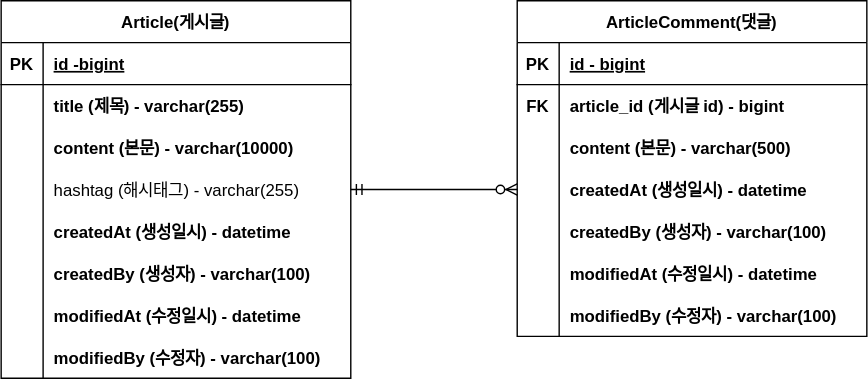
Above: document/project-board-erd.svg in bang-star/fastcampus-project-board (draw.io), before the change. Source tidied: cells renumbered, new cells last; positions are measured from the earlier drawing's top-left corner, leaving out a move shared by most shapes.
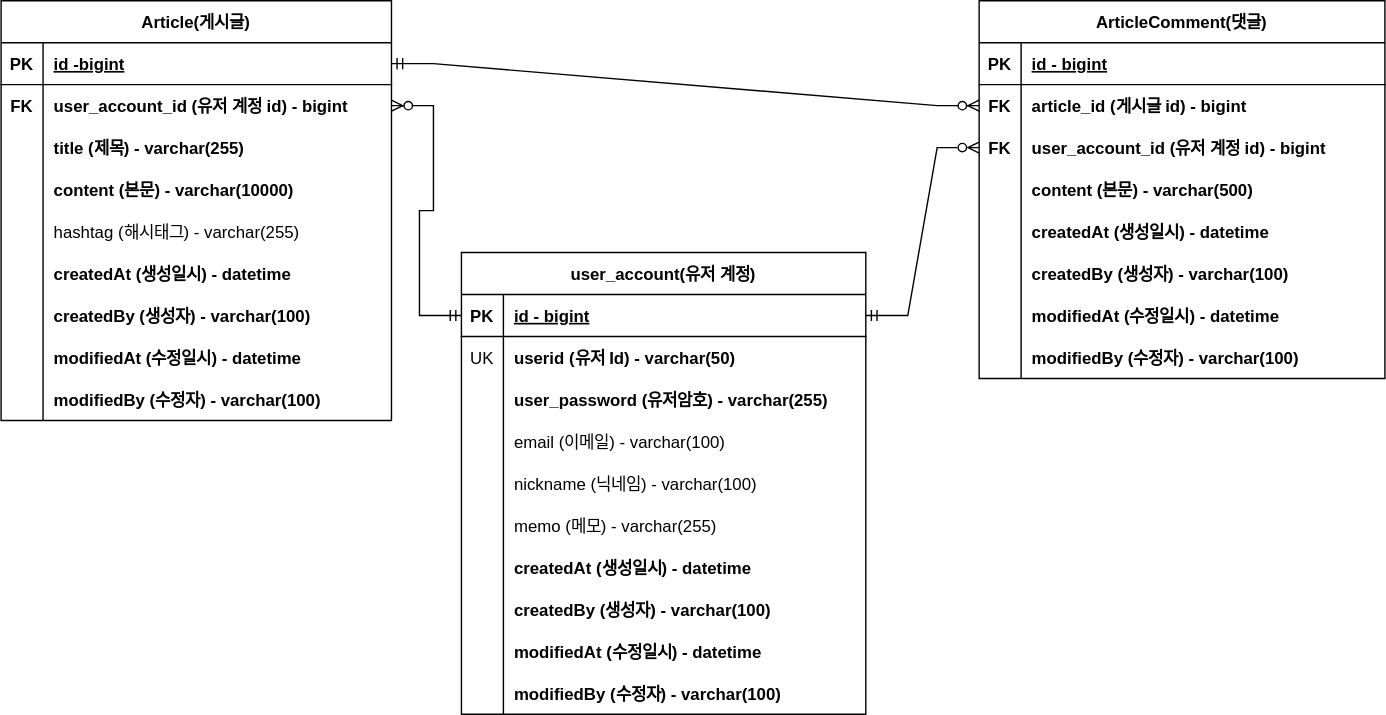
Above is the later version.

Commit message:
#18 - ERD 그림 업데이트(회원 계정 반영)

`UserAccount` 이름으로 회원 계정 도메인 생성
`user`, `account` 등은 mysql 예약어이므로 피함
필드명도 mysql 예약어를 의식하여 정함

* https://viewer.diagrams.net/?tags=%7B%7D&highlight=0000ff&edit=_blank&layers=1&nav=1&title=project-board-erd.svg#Uhttps%3A%2F%2Fraw.githubusercontent.com%2Fbang-star%2Ffastcampus-project-board%2Fmain%2Fdocument%2Fproject-board-erd.svg

The edit, as a diff of the source:
```diff
@@ -5,6 +5,6 @@
     <mxCell id="2" value="Article(게시글)" style="shape=table;startSize=30;rowLines=0;fontStyle=1;align=center;" parent="1" vertex="1">
-      <mxGeometry width="250" height="270" as="geometry" />
+      <mxGeometry width="279" height="300" as="geometry" />
     </mxCell>
     <mxCell id="3" style="shape=partialRectangle;fillColor=none;points=[[0,0.5],[1,0.5]];portConstraint=eastwest;top=0;left=0;right=0;bottom=1;" parent="2" vertex="1">
-      <mxGeometry y="30" width="250" height="30" as="geometry" />
+      <mxGeometry y="30" width="279" height="30" as="geometry" />
     </mxCell>
@@ -14,15 +14,24 @@
     <mxCell id="5" value="id -bigint" style="shape=partialRectangle;overflow=hidden;fillColor=none;top=0;left=0;bottom=0;right=0;align=left;spacingLeft=6;fontStyle=5;" parent="3" vertex="1">
-      <mxGeometry x="30" width="220" height="30" as="geometry" />
+      <mxGeometry x="30" width="249" height="30" as="geometry" />
     </mxCell>
     <mxCell id="6" style="shape=partialRectangle;fillColor=none;points=[[0,0.5],[1,0.5]];portConstraint=eastwest;top=0;left=0;right=0;bottom=0;" parent="2" vertex="1">
-      <mxGeometry y="60" width="250" height="30" as="geometry" />
+      <mxGeometry y="60" width="279" height="30" as="geometry" />
     </mxCell>
-    <mxCell id="7" style="shape=partialRectangle;overflow=hidden;fillColor=none;top=0;left=0;bottom=0;right=0;" parent="6" vertex="1">
+    <mxCell id="7" value="FK" style="shape=partialRectangle;overflow=hidden;fillColor=none;top=0;left=0;bottom=0;right=0;fontStyle=1;" parent="6" vertex="1">
       <mxGeometry width="30" height="30" as="geometry" />
     </mxCell>
-    <mxCell id="8" value="title (제목) - varchar(255)" style="shape=partialRectangle;overflow=hidden;fillColor=none;top=0;left=0;bottom=0;right=0;align=left;spacingLeft=6;fontStyle=1;" parent="6" vertex="1">
-      <mxGeometry x="30" width="220" height="30" as="geometry" />
+    <mxCell id="8" value="user_account_id (유저 계정 id) - bigint" style="shape=partialRectangle;overflow=hidden;fillColor=none;top=0;left=0;bottom=0;right=0;align=left;spacingLeft=6;fontStyle=1;" parent="6" vertex="1">
+      <mxGeometry x="30" width="249" height="30" as="geometry" />
     </mxCell>
+    <mxCell id="50" style="shape=partialRectangle;fillColor=none;top=0;left=0;right=0;bottom=0;" parent="2" vertex="1">
+      <mxGeometry y="90" width="279" height="30" as="geometry" />
+    </mxCell>
+    <mxCell id="51" style="shape=partialRectangle;overflow=hidden;fillColor=none;top=0;left=0;bottom=0;right=0;" parent="50" vertex="1">
+      <mxGeometry width="30" height="30" as="geometry" />
+    </mxCell>
+    <mxCell id="52" value="title (제목) - varchar(255)" style="shape=partialRectangle;overflow=hidden;fillColor=none;top=0;left=0;bottom=0;right=0;align=left;spacingLeft=6;fontStyle=1;" parent="50" vertex="1">
+      <mxGeometry x="30" width="249" height="30" as="geometry" />
+    </mxCell>
     <mxCell id="9" style="shape=partialRectangle;fillColor=none;top=0;left=0;right=0;bottom=0;" parent="2" vertex="1">
-      <mxGeometry y="90" width="250" height="30" as="geometry" />
+      <mxGeometry y="120" width="279" height="30" as="geometry" />
     </mxCell>
@@ -32,6 +41,6 @@
     <mxCell id="11" value="content (본문) - varchar(10000)" style="shape=partialRectangle;overflow=hidden;fillColor=none;top=0;left=0;bottom=0;right=0;align=left;spacingLeft=6;fontStyle=1;" parent="9" vertex="1">
-      <mxGeometry x="30" width="220" height="30" as="geometry" />
+      <mxGeometry x="30" width="249" height="30" as="geometry" />
     </mxCell>
     <mxCell id="12" style="shape=partialRectangle;fillColor=none;points=[[0,0.5],[1,0.5]];portConstraint=eastwest;top=0;left=0;right=0;bottom=0;" parent="2" vertex="1">
-      <mxGeometry y="120" width="250" height="30" as="geometry" />
+      <mxGeometry y="150" width="279" height="30" as="geometry" />
     </mxCell>
@@ -41,6 +50,6 @@
     <mxCell id="14" value="hashtag (해시태그) - varchar(255)" style="shape=partialRectangle;overflow=hidden;fillColor=none;top=0;left=0;bottom=0;right=0;align=left;spacingLeft=6;" parent="12" vertex="1">
-      <mxGeometry x="30" width="220" height="30" as="geometry" />
+      <mxGeometry x="30" width="249" height="30" as="geometry" />
     </mxCell>
     <mxCell id="15" style="shape=partialRectangle;fillColor=none;top=0;left=0;right=0;bottom=0;" parent="2" vertex="1">
-      <mxGeometry y="150" width="250" height="30" as="geometry" />
+      <mxGeometry y="180" width="279" height="30" as="geometry" />
     </mxCell>
@@ -50,6 +59,6 @@
     <mxCell id="17" value="createdAt (생성일시) - datetime" style="shape=partialRectangle;overflow=hidden;fillColor=none;top=0;left=0;bottom=0;right=0;align=left;spacingLeft=6;fontStyle=1;" parent="15" vertex="1">
-      <mxGeometry x="30" width="220" height="30" as="geometry" />
+      <mxGeometry x="30" width="249" height="30" as="geometry" />
     </mxCell>
     <mxCell id="18" style="shape=partialRectangle;fillColor=none;top=0;left=0;right=0;bottom=0;" parent="2" vertex="1">
-      <mxGeometry y="180" width="250" height="30" as="geometry" />
+      <mxGeometry y="210" width="279" height="30" as="geometry" />
     </mxCell>
@@ -59,6 +68,6 @@
     <mxCell id="20" value="createdBy (생성자) - varchar(100)" style="shape=partialRectangle;overflow=hidden;fillColor=none;top=0;left=0;bottom=0;right=0;align=left;spacingLeft=6;fontStyle=1;" parent="18" vertex="1">
-      <mxGeometry x="30" width="220" height="30" as="geometry" />
+      <mxGeometry x="30" width="249" height="30" as="geometry" />
     </mxCell>
     <mxCell id="21" style="shape=partialRectangle;fillColor=none;top=0;left=0;right=0;bottom=0;" parent="2" vertex="1">
-      <mxGeometry y="210" width="250" height="30" as="geometry" />
+      <mxGeometry y="240" width="279" height="30" as="geometry" />
     </mxCell>
@@ -68,6 +77,6 @@
     <mxCell id="23" value="modifiedAt (수정일시) - datetime" style="shape=partialRectangle;overflow=hidden;fillColor=none;top=0;left=0;bottom=0;right=0;align=left;spacingLeft=6;fontStyle=1;" parent="21" vertex="1">
-      <mxGeometry x="30" width="220" height="30" as="geometry" />
+      <mxGeometry x="30" width="249" height="30" as="geometry" />
     </mxCell>
     <mxCell id="24" style="shape=partialRectangle;fillColor=none;top=0;left=0;right=0;bottom=0;" parent="2" vertex="1">
-      <mxGeometry y="240" width="250" height="30" as="geometry" />
+      <mxGeometry y="270" width="279" height="30" as="geometry" />
     </mxCell>
@@ -77,9 +86,9 @@
     <mxCell id="26" value="modifiedBy (수정자) - varchar(100)" style="shape=partialRectangle;overflow=hidden;fillColor=none;top=0;left=0;bottom=0;right=0;align=left;spacingLeft=6;fontStyle=1;" parent="24" vertex="1">
-      <mxGeometry x="30" width="220" height="30" as="geometry" />
+      <mxGeometry x="30" width="249" height="30" as="geometry" />
     </mxCell>
     <mxCell id="27" value="ArticleComment(댓글)" style="shape=table;startSize=30;rowLines=0;fontStyle=1;align=center;" parent="1" vertex="1">
-      <mxGeometry x="369" width="250" height="240" as="geometry" />
+      <mxGeometry x="699" width="290" height="270" as="geometry" />
     </mxCell>
     <mxCell id="28" style="shape=partialRectangle;fillColor=none;top=0;left=0;right=0;bottom=1;" parent="27" vertex="1">
-      <mxGeometry y="30" width="250" height="30" as="geometry" />
+      <mxGeometry y="30" width="290" height="30" as="geometry" />
     </mxCell>
@@ -89,6 +98,6 @@
     <mxCell id="30" value="id - bigint" style="shape=partialRectangle;overflow=hidden;fillColor=none;top=0;left=0;bottom=0;right=0;align=left;spacingLeft=6;fontStyle=5;" parent="28" vertex="1">
-      <mxGeometry x="30" width="220" height="30" as="geometry" />
+      <mxGeometry x="30" width="260" height="30" as="geometry" />
     </mxCell>
     <mxCell id="31" style="shape=partialRectangle;fillColor=none;points=[[0,0.5],[1,0.5]];portConstraint=eastwest;top=0;left=0;right=0;bottom=0;" parent="27" vertex="1">
-      <mxGeometry y="60" width="250" height="30" as="geometry" />
+      <mxGeometry y="60" width="290" height="30" as="geometry" />
     </mxCell>
@@ -98,6 +107,15 @@
     <mxCell id="33" value="article_id (게시글 id) - bigint" style="shape=partialRectangle;overflow=hidden;fillColor=none;top=0;left=0;bottom=0;right=0;align=left;spacingLeft=6;fontStyle=1;" parent="31" vertex="1">
-      <mxGeometry x="30" width="220" height="30" as="geometry" />
+      <mxGeometry x="30" width="260" height="30" as="geometry" />
     </mxCell>
+    <mxCell id="53" style="shape=partialRectangle;fillColor=none;points=[[0,0.5],[1,0.5]];portConstraint=eastwest;top=0;left=0;right=0;bottom=0;" parent="27" vertex="1">
+      <mxGeometry y="90" width="290" height="30" as="geometry" />
+    </mxCell>
+    <mxCell id="54" value="FK" style="shape=partialRectangle;overflow=hidden;fillColor=none;top=0;left=0;bottom=0;right=0;fontStyle=1;" parent="53" vertex="1">
+      <mxGeometry width="30" height="30" as="geometry" />
+    </mxCell>
+    <mxCell id="55" value="user_account_id (유저 계정 id) - bigint" style="shape=partialRectangle;overflow=hidden;fillColor=none;top=0;left=0;bottom=0;right=0;align=left;spacingLeft=6;fontStyle=1;" parent="53" vertex="1">
+      <mxGeometry x="30" width="260" height="30" as="geometry" />
+    </mxCell>
     <mxCell id="34" style="shape=partialRectangle;fillColor=none;top=0;left=0;right=0;bottom=0;" parent="27" vertex="1">
-      <mxGeometry y="90" width="250" height="30" as="geometry" />
+      <mxGeometry y="120" width="290" height="30" as="geometry" />
     </mxCell>
@@ -107,6 +125,6 @@
     <mxCell id="36" value="content (본문) - varchar(500)" style="shape=partialRectangle;overflow=hidden;fillColor=none;top=0;left=0;bottom=0;right=0;align=left;spacingLeft=6;fontStyle=1;" parent="34" vertex="1">
-      <mxGeometry x="30" width="220" height="30" as="geometry" />
+      <mxGeometry x="30" width="260" height="30" as="geometry" />
     </mxCell>
     <mxCell id="37" style="shape=partialRectangle;fillColor=none;points=[[0,0.5],[1,0.5]];portConstraint=eastwest;top=0;left=0;right=0;bottom=0;" parent="27" vertex="1">
-      <mxGeometry y="120" width="250" height="30" as="geometry" />
+      <mxGeometry y="150" width="290" height="30" as="geometry" />
     </mxCell>
@@ -116,6 +134,6 @@
     <mxCell id="39" value="createdAt (생성일시) - datetime" style="shape=partialRectangle;overflow=hidden;fillColor=none;top=0;left=0;bottom=0;right=0;align=left;spacingLeft=6;fontStyle=1;" parent="37" vertex="1">
-      <mxGeometry x="30" width="220" height="30" as="geometry" />
+      <mxGeometry x="30" width="260" height="30" as="geometry" />
     </mxCell>
     <mxCell id="40" style="shape=partialRectangle;fillColor=none;top=0;left=0;right=0;bottom=0;" parent="27" vertex="1">
-      <mxGeometry y="150" width="250" height="30" as="geometry" />
+      <mxGeometry y="180" width="290" height="30" as="geometry" />
     </mxCell>
@@ -125,6 +143,6 @@
     <mxCell id="42" value="createdBy (생성자) - varchar(100)" style="shape=partialRectangle;overflow=hidden;fillColor=none;top=0;left=0;bottom=0;right=0;align=left;spacingLeft=6;fontStyle=1;" parent="40" vertex="1">
-      <mxGeometry x="30" width="220" height="30" as="geometry" />
+      <mxGeometry x="30" width="260" height="30" as="geometry" />
     </mxCell>
     <mxCell id="43" style="shape=partialRectangle;fillColor=none;top=0;left=0;right=0;bottom=0;" parent="27" vertex="1">
-      <mxGeometry y="180" width="250" height="30" as="geometry" />
+      <mxGeometry y="210" width="290" height="30" as="geometry" />
     </mxCell>
@@ -134,6 +152,6 @@
     <mxCell id="45" value="modifiedAt (수정일시) - datetime" style="shape=partialRectangle;overflow=hidden;fillColor=none;top=0;left=0;bottom=0;right=0;align=left;spacingLeft=6;fontStyle=1;" parent="43" vertex="1">
-      <mxGeometry x="30" width="220" height="30" as="geometry" />
+      <mxGeometry x="30" width="260" height="30" as="geometry" />
     </mxCell>
     <mxCell id="46" style="shape=partialRectangle;fillColor=none;top=0;left=0;right=0;bottom=0;" parent="27" vertex="1">
-      <mxGeometry y="210" width="250" height="30" as="geometry" />
+      <mxGeometry y="240" width="290" height="30" as="geometry" />
     </mxCell>
@@ -143,7 +161,106 @@
     <mxCell id="48" value="modifiedBy (수정자) - varchar(100)" style="shape=partialRectangle;overflow=hidden;fillColor=none;top=0;left=0;bottom=0;right=0;align=left;spacingLeft=6;fontStyle=1;" parent="46" vertex="1">
-      <mxGeometry x="30" width="220" height="30" as="geometry" />
+      <mxGeometry x="30" width="260" height="30" as="geometry" />
     </mxCell>
-    <mxCell id="49" style="edgeStyle=entityRelationEdgeStyle;fontSize=12;html=1;endArrow=ERzeroToMany;startArrow=ERmandOne;rounded=0;exitX=1;exitY=0.5;exitDx=0;exitDy=0;entryX=0;entryY=0.5;entryDx=0;entryDy=0;" parent="1" edge="1" source="12" target="37">
+    <mxCell id="49" style="edgeStyle=entityRelationEdgeStyle;fontSize=12;html=1;endArrow=ERzeroToMany;startArrow=ERmandOne;rounded=0;entryX=0;entryY=0.5;entryDx=0;entryDy=0;exitX=1;exitY=0.5;exitDx=0;exitDy=0;" parent="1" edge="1" source="3" target="31">
       <mxGeometry relative="1" as="geometry" />
     </mxCell>
+    <mxCell id="56" value="user_account(유저 계정)" style="shape=table;startSize=30;rowLines=0;fontStyle=1;align=center;" parent="1" vertex="1">
+      <mxGeometry x="329" y="180" width="289" height="330" as="geometry" />
+    </mxCell>
+    <mxCell id="57" style="shape=partialRectangle;fillColor=none;points=[[0,0.5],[1,0.5]];portConstraint=eastwest;top=0;left=0;right=0;bottom=1;" parent="56" vertex="1">
+      <mxGeometry y="30" width="289" height="30" as="geometry" />
+    </mxCell>
+    <mxCell id="58" value="PK" style="shape=partialRectangle;overflow=hidden;fillColor=none;top=0;left=0;bottom=0;right=0;fontStyle=1;" parent="57" vertex="1">
+      <mxGeometry width="30" height="30" as="geometry" />
+    </mxCell>
+    <mxCell id="59" value="id - bigint" style="shape=partialRectangle;overflow=hidden;fillColor=none;top=0;left=0;bottom=0;right=0;align=left;spacingLeft=6;fontStyle=5;" parent="57" vertex="1">
+      <mxGeometry x="30" width="259" height="30" as="geometry" />
+    </mxCell>
+    <mxCell id="60" style="shape=partialRectangle;fillColor=none;top=0;left=0;right=0;bottom=0;" parent="56" vertex="1">
+      <mxGeometry y="60" width="289" height="30" as="geometry" />
+    </mxCell>
+    <mxCell id="61" value="UK" style="shape=partialRectangle;overflow=hidden;fillColor=none;top=0;left=0;bottom=0;right=0;" parent="60" vertex="1">
+      <mxGeometry width="30" height="30" as="geometry" />
+    </mxCell>
+    <mxCell id="62" value="userid (유저 Id) - varchar(50)" style="shape=partialRectangle;overflow=hidden;fillColor=none;top=0;left=0;bottom=0;right=0;align=left;spacingLeft=6;fontStyle=1;" parent="60" vertex="1">
+      <mxGeometry x="30" width="259" height="30" as="geometry" />
+    </mxCell>
+    <mxCell id="63" style="shape=partialRectangle;fillColor=none;top=0;left=0;right=0;bottom=0;" parent="56" vertex="1">
+      <mxGeometry y="90" width="289" height="30" as="geometry" />
+    </mxCell>
+    <mxCell id="64" style="shape=partialRectangle;overflow=hidden;fillColor=none;top=0;left=0;bottom=0;right=0;" parent="63" vertex="1">
+      <mxGeometry width="30" height="30" as="geometry" />
+    </mxCell>
+    <mxCell id="65" value="user_password (유저암호) - varchar(255)" style="shape=partialRectangle;overflow=hidden;fillColor=none;top=0;left=0;bottom=0;right=0;align=left;spacingLeft=6;fontStyle=1;" parent="63" vertex="1">
+      <mxGeometry x="30" width="259" height="30" as="geometry" />
+    </mxCell>
+    <mxCell id="66" style="shape=partialRectangle;fillColor=none;top=0;left=0;right=0;bottom=0;" parent="56" vertex="1">
+      <mxGeometry y="120" width="289" height="30" as="geometry" />
+    </mxCell>
+    <mxCell id="67" style="shape=partialRectangle;overflow=hidden;fillColor=none;top=0;left=0;bottom=0;right=0;" parent="66" vertex="1">
+      <mxGeometry width="30" height="30" as="geometry" />
+    </mxCell>
+    <mxCell id="68" value="email (이메일) - varchar(100)" style="shape=partialRectangle;overflow=hidden;fillColor=none;top=0;left=0;bottom=0;right=0;align=left;spacingLeft=6;" parent="66" vertex="1">
+      <mxGeometry x="30" width="259" height="30" as="geometry" />
+    </mxCell>
+    <mxCell id="69" style="shape=partialRectangle;fillColor=none;top=0;left=0;right=0;bottom=0;" parent="56" vertex="1">
+      <mxGeometry y="150" width="289" height="30" as="geometry" />
+    </mxCell>
+    <mxCell id="70" style="shape=partialRectangle;overflow=hidden;fillColor=none;top=0;left=0;bottom=0;right=0;" parent="69" vertex="1">
+      <mxGeometry width="30" height="30" as="geometry" />
+    </mxCell>
+    <mxCell id="71" value="nickname (닉네임) - varchar(100)" style="shape=partialRectangle;overflow=hidden;fillColor=none;top=0;left=0;bottom=0;right=0;align=left;spacingLeft=6;" parent="69" vertex="1">
+      <mxGeometry x="30" width="259" height="30" as="geometry" />
+    </mxCell>
+    <mxCell id="72" style="shape=partialRectangle;fillColor=none;top=0;left=0;right=0;bottom=0;" parent="56" vertex="1">
+      <mxGeometry y="180" width="289" height="30" as="geometry" />
+    </mxCell>
+    <mxCell id="73" style="shape=partialRectangle;overflow=hidden;fillColor=none;top=0;left=0;bottom=0;right=0;" parent="72" vertex="1">
+      <mxGeometry width="30" height="30" as="geometry" />
+    </mxCell>
+    <mxCell id="74" value="memo (메모) - varchar(255)" style="shape=partialRectangle;overflow=hidden;fillColor=none;top=0;left=0;bottom=0;right=0;align=left;spacingLeft=6;" parent="72" vertex="1">
+      <mxGeometry x="30" width="259" height="30" as="geometry" />
+    </mxCell>
+    <mxCell id="75" style="shape=partialRectangle;fillColor=none;top=0;left=0;right=0;bottom=0;" parent="56" vertex="1">
+      <mxGeometry y="210" width="289" height="30" as="geometry" />
+    </mxCell>
+    <mxCell id="76" style="shape=partialRectangle;overflow=hidden;fillColor=none;top=0;left=0;bottom=0;right=0;" parent="75" vertex="1">
+      <mxGeometry width="30" height="30" as="geometry" />
+    </mxCell>
+    <mxCell id="77" value="createdAt (생성일시) - datetime" style="shape=partialRectangle;overflow=hidden;fillColor=none;top=0;left=0;bottom=0;right=0;align=left;spacingLeft=6;fontStyle=1;" parent="75" vertex="1">
+      <mxGeometry x="30" width="259" height="30" as="geometry" />
+    </mxCell>
+    <mxCell id="78" style="shape=partialRectangle;fillColor=none;top=0;left=0;right=0;bottom=0;" parent="56" vertex="1">
+      <mxGeometry y="240" width="289" height="30" as="geometry" />
+    </mxCell>
+    <mxCell id="79" style="shape=partialRectangle;overflow=hidden;fillColor=none;top=0;left=0;bottom=0;right=0;" parent="78" vertex="1">
+      <mxGeometry width="30" height="30" as="geometry" />
+    </mxCell>
+    <mxCell id="80" value="createdBy (생성자) - varchar(100)" style="shape=partialRectangle;overflow=hidden;fillColor=none;top=0;left=0;bottom=0;right=0;align=left;spacingLeft=6;fontStyle=1;" parent="78" vertex="1">
+      <mxGeometry x="30" width="259" height="30" as="geometry" />
+    </mxCell>
+    <mxCell id="81" style="shape=partialRectangle;fillColor=none;top=0;left=0;right=0;bottom=0;" parent="56" vertex="1">
+      <mxGeometry y="270" width="289" height="30" as="geometry" />
+    </mxCell>
+    <mxCell id="82" style="shape=partialRectangle;overflow=hidden;fillColor=none;top=0;left=0;bottom=0;right=0;" parent="81" vertex="1">
+      <mxGeometry width="30" height="30" as="geometry" />
+    </mxCell>
+    <mxCell id="83" value="modifiedAt (수정일시) - datetime" style="shape=partialRectangle;overflow=hidden;fillColor=none;top=0;left=0;bottom=0;right=0;align=left;spacingLeft=6;fontStyle=1;" parent="81" vertex="1">
+      <mxGeometry x="30" width="259" height="30" as="geometry" />
+    </mxCell>
+    <mxCell id="84" style="shape=partialRectangle;fillColor=none;top=0;left=0;right=0;bottom=0;" parent="56" vertex="1">
+      <mxGeometry y="300" width="289" height="30" as="geometry" />
+    </mxCell>
+    <mxCell id="85" style="shape=partialRectangle;overflow=hidden;fillColor=none;top=0;left=0;bottom=0;right=0;" parent="84" vertex="1">
+      <mxGeometry width="30" height="30" as="geometry" />
+    </mxCell>
+    <mxCell id="86" value="modifiedBy (수정자) - varchar(100)" style="shape=partialRectangle;overflow=hidden;fillColor=none;top=0;left=0;bottom=0;right=0;align=left;spacingLeft=6;fontStyle=1;" parent="84" vertex="1">
+      <mxGeometry x="30" width="259" height="30" as="geometry" />
+    </mxCell>
+    <mxCell id="87" style="edgeStyle=entityRelationEdgeStyle;fontSize=12;html=1;endArrow=ERzeroToMany;startArrow=ERmandOne;rounded=0;entryX=1;entryY=0.5;entryDx=0;entryDy=0;exitX=0;exitY=0.5;exitDx=0;exitDy=0;" parent="1" edge="1" source="57" target="6">
+      <mxGeometry relative="1" as="geometry" />
+    </mxCell>
+    <mxCell id="88" style="edgeStyle=entityRelationEdgeStyle;fontSize=12;html=1;endArrow=ERzeroToMany;startArrow=ERmandOne;rounded=0;exitX=1;exitY=0.5;exitDx=0;exitDy=0;entryX=0;entryY=0.5;entryDx=0;entryDy=0;endFill=0;" parent="1" edge="1" source="57" target="53">
+      <mxGeometry relative="1" as="geometry" />
+    </mxCell>
   </root>
```
